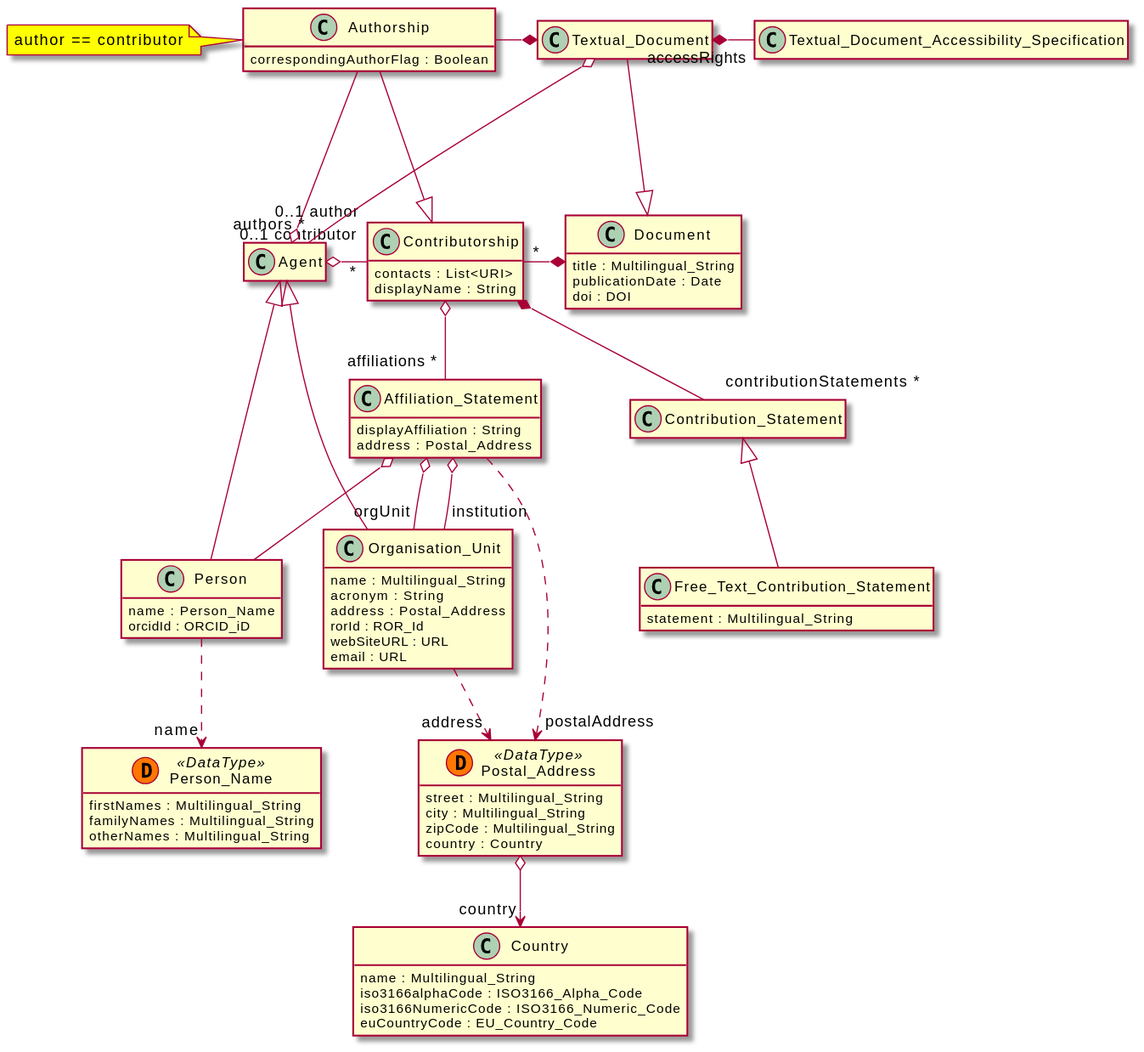
The PlantUML diagram diagrams/core.svg in EuroCRIS/CERIF-Core, before a commit. Its diagram source:
```plantuml
@startuml
	!startsub common
	!define datatype(x) class x << (D,#FF7700) DataType>>
	hide empty members
	skinparam BoxPadding 120
	!endsub

    !startsub Contributorship
    class "Document"{
        title : Multilingual_String
        publicationDate : Date
        doi : DOI
    }
    !endsub
    class "Textual_Document"{
    }
    class "Textual_Document_Accessibility_Specification"{
    }
    !startsub Agent
    class "Agent"{

    }
    class "Organisation_Unit"{
        name : Multilingual_String
        acronym : String
        address : Postal_Address
        rorId : ROR_Id
        webSiteURL : URL
        email : URL
    }
    class "Person"{
        name : Person_Name
        orcidId : ORCID_iD
    }
    datatype("Person_Name") {
        firstNames : Multilingual_String
        familyNames : Multilingual_String
        otherNames : Multilingual_String
    }
    datatype("Postal_Address") {
        street : Multilingual_String
        city : Multilingual_String
        zipCode : Multilingual_String
        country : Country
    }
    class "Country"{
        name : Multilingual_String
        iso3166alphaCode : ISO3166_Alpha_Code
        iso3166NumericCode : ISO3166_Numeric_Code
        euCountryCode : EU_Country_Code
    }
	"Postal_Address" o--> "country" "Country"
    !endsub
    class "Authorship"{
        correspondingAuthorFlag : Boolean
    }
    note left #yellow: author == contributor
    !startsub Contributorship
    class "Contributorship"{
        contacts : List<URI>
        displayName : String
    }
    class "Contribution_Statement"{
    }
    class "Free_Text_Contribution_Statement"{
        statement : Multilingual_String
    }
    class "Affiliation_Statement"{
        displayAffiliation : String
        address : Postal_Address
    }
    !endsub

!startsub Contributorship
"Affiliation_Statement" ..> "postalAddress" "Postal_Address"
"Affiliation_Statement" o-- "orgUnit" "Organisation_Unit"
"Affiliation_Statement" o-- "institution" "Organisation_Unit"
"Affiliation_Statement" o-- "Person"
"Contribution_Statement" <|-- "Free_Text_Contribution_Statement"
"Contributorship" "*" --r--* "Document"
"Contributorship" "*" --l--o "0..1 contributor" "Agent"
"Contributorship" o-- "affiliations *" "Affiliation_Statement"
"Contributorship" *-- "contributionStatements *" "Contribution_Statement"
!endsub
"Authorship" -r-* "Textual_Document"
"Contributorship" <|-u- "Authorship"
"Authorship" --o "0..1 author" "Agent"
!startsub Agent
"Person" ..> "name" "Person_Name"
"Agent" <|-- "Person"
"Agent" <|-- "Organisation_Unit"
"Organisation_Unit" ..> "address" "Postal_Address"
!endsub
"Document" <|-u- "Textual_Document"
"Textual_Document" *-r- "accessRights" "Textual_Document_Accessibility_Specification"
"Textual_Document" o---  "authors *" "Agent"
@enduml
```
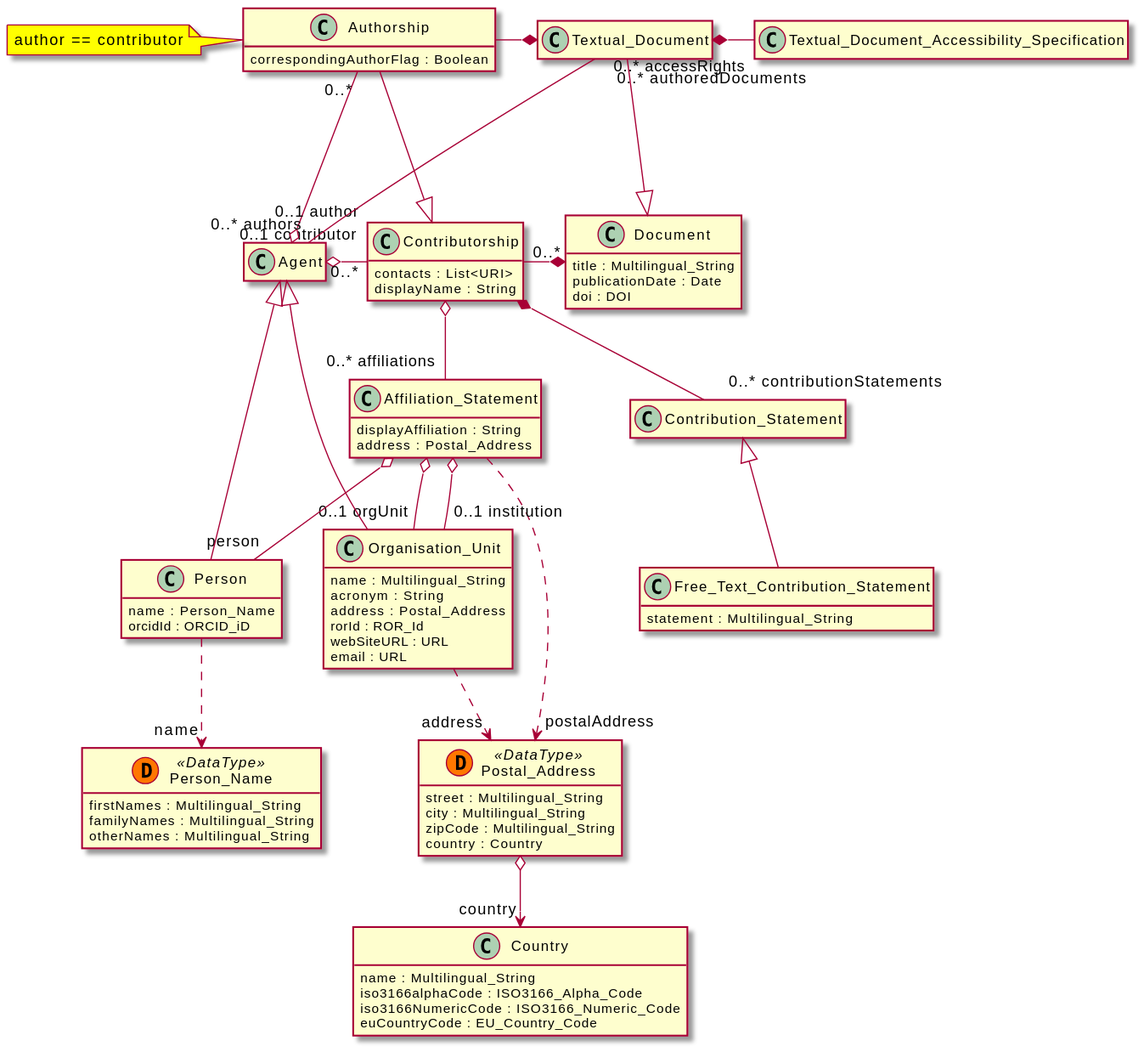
The same file after the commit.

Commit message:
:rocket: adding generated diagrams

Change to the diagram source:
```diff
@@ -73,18 +73,18 @@
 
 !startsub Contributorship
 "Affiliation_Statement" ..> "postalAddress" "Postal_Address"
-"Affiliation_Statement" o-- "orgUnit" "Organisation_Unit"
-"Affiliation_Statement" o-- "institution" "Organisation_Unit"
-"Affiliation_Statement" o-- "Person"
+"Affiliation_Statement" o-- "0..1 orgUnit" "Organisation_Unit"
+"Affiliation_Statement" o-- "0..1 institution" "Organisation_Unit"
+"Affiliation_Statement" o-- "person" "Person"
 "Contribution_Statement" <|-- "Free_Text_Contribution_Statement"
-"Contributorship" "*" --r--* "Document"
-"Contributorship" "*" --l--o "0..1 contributor" "Agent"
-"Contributorship" o-- "affiliations *" "Affiliation_Statement"
-"Contributorship" *-- "contributionStatements *" "Contribution_Statement"
+"Contributorship" "0..*" --r--* "Document"
+"Contributorship" "0..*" --l--o "0..1 contributor" "Agent"
+"Contributorship" o-- "0..* affiliations" "Affiliation_Statement"
+"Contributorship" *-- "0..* contributionStatements" "Contribution_Statement"
 !endsub
 "Authorship" -r-* "Textual_Document"
 "Contributorship" <|-u- "Authorship"
-"Authorship" --o "0..1 author" "Agent"
+"Authorship" "0..*" --o "0..1 author" "Agent"
 !startsub Agent
 "Person" ..> "name" "Person_Name"
 "Agent" <|-- "Person"
@@ -92,6 +92,6 @@
 "Organisation_Unit" ..> "address" "Postal_Address"
 !endsub
 "Document" <|-u- "Textual_Document"
-"Textual_Document" *-r- "accessRights" "Textual_Document_Accessibility_Specification"
-"Textual_Document" o---  "authors *" "Agent"
+"Textual_Document" *-r- "0..* accessRights" "Textual_Document_Accessibility_Specification"
+"Textual_Document" "0..* authoredDocuments" --- "0..* authors" "Agent"
 @enduml
```
